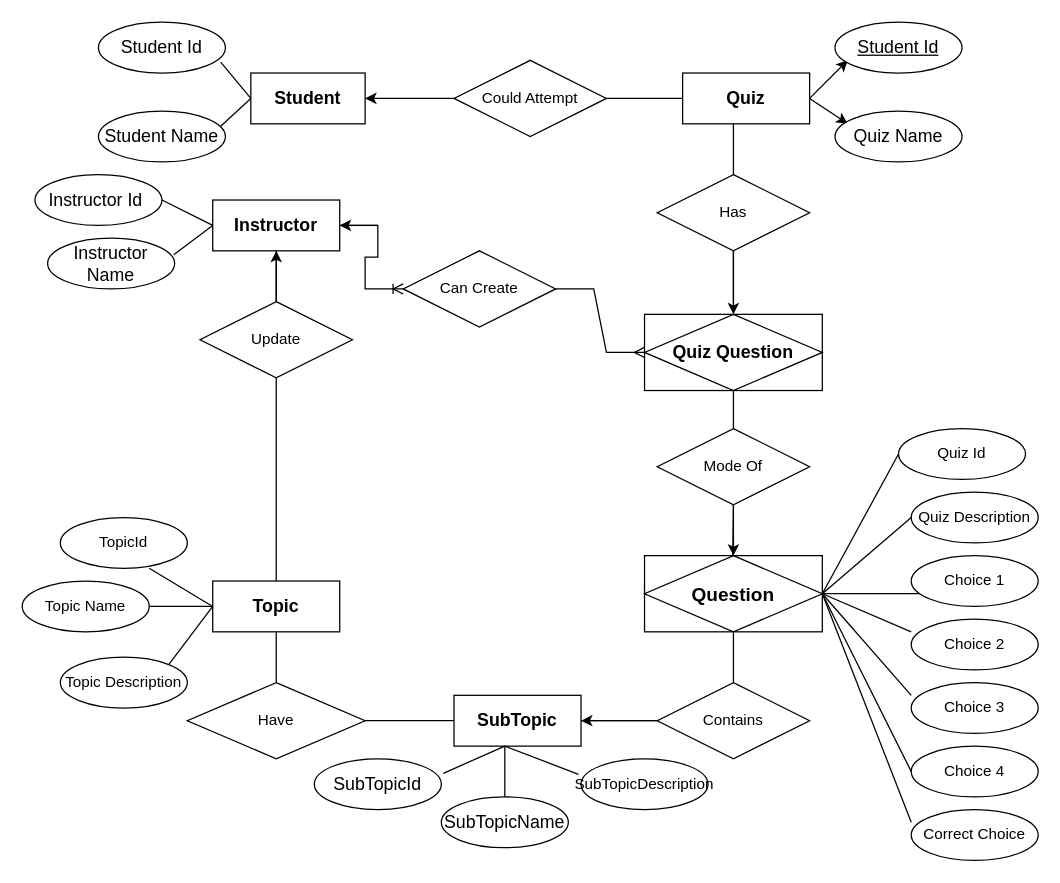
Before: page "Page-1" (1 of 2) of Er diagram of pms.drawio in SamruddhiV43/CCE, a draw.io diagram. Source tidied: cells renumbered, new cells numbered last; positions are measured from the earlier drawing's top-left corner, leaving out a move shared by most shapes. Both pictures are drawn from the tidied source at 127%, with x=0, y=0 at pixel (22, 22).
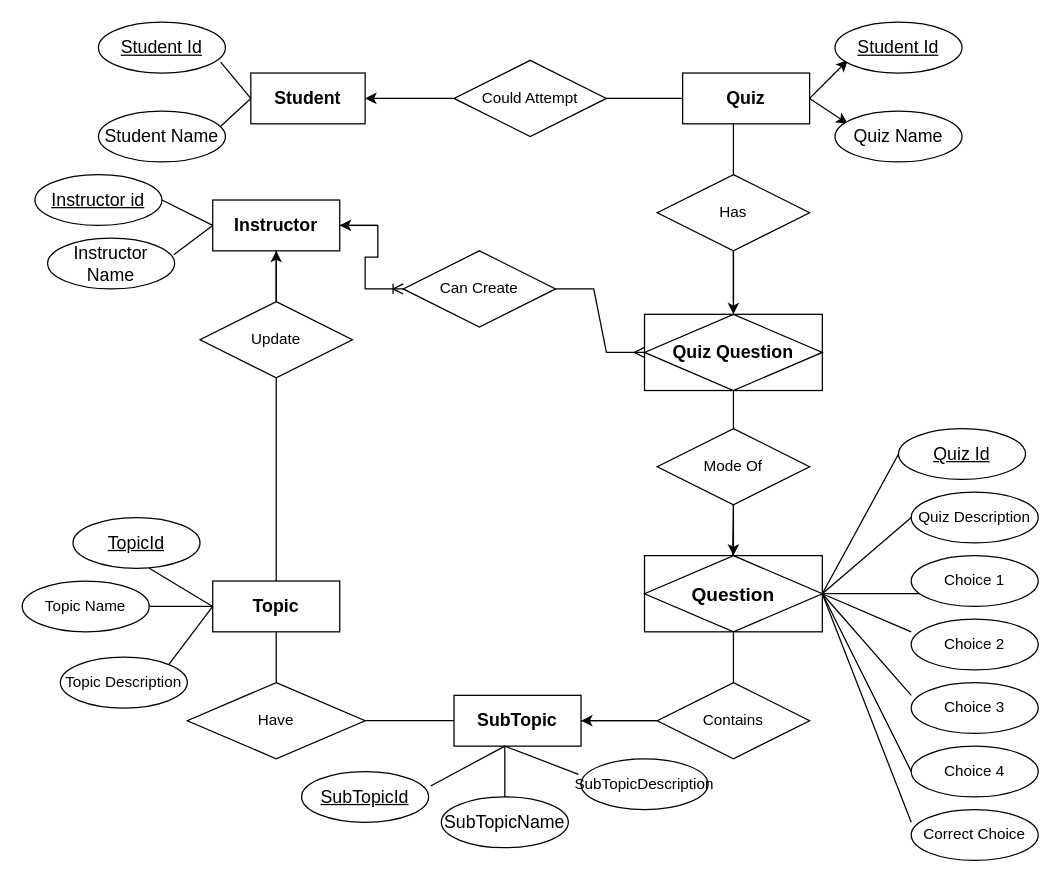
The same diagram, later.

What changed in the source:
```diff
@@
-    <mxCell id="10" value="&lt;font style=&quot;font-size: 14px;&quot;&gt;Student Id&lt;/font&gt;" style="ellipse;whiteSpace=wrap;html=1;align=center;" parent="1" vertex="1">
-      <mxGeometry x="60" width="100" height="40" as="geometry" />
-    </mxCell>
@@
-    <mxCell id="25" value="&lt;font style=&quot;font-size: 14px;&quot;&gt;Instructor Id&amp;nbsp;&lt;/font&gt;" style="ellipse;whiteSpace=wrap;html=1;align=center;" parent="1" vertex="1">
-      <mxGeometry x="10" y="120" width="100" height="40" as="geometry" />
-    </mxCell>
@@
-    <mxCell id="42" value="Quiz Id" style="ellipse;whiteSpace=wrap;html=1;align=center;" parent="1" vertex="1">
+    <mxCell id="42" value="&lt;u&gt;&lt;font style=&quot;font-size: 14px;&quot;&gt;Quiz Id&lt;/font&gt;&lt;/u&gt;" style="ellipse;whiteSpace=wrap;html=1;align=center;" parent="1" vertex="1">
       <mxGeometry x="690" y="320" width="100" height="40" as="geometry" />
     </mxCell>
@@
-    <mxCell id="50" value="&lt;font style=&quot;font-size: 14px;&quot;&gt;SubTopicId&lt;/font&gt;" style="ellipse;whiteSpace=wrap;html=1;align=center;" parent="1" vertex="1">
-      <mxGeometry x="230" y="580" width="100" height="40" as="geometry" />
+    <mxCell id="50" value="&lt;font style=&quot;font-size: 14px;&quot;&gt;&lt;u&gt;SubTopicId&lt;/u&gt;&lt;/font&gt;" style="ellipse;whiteSpace=wrap;html=1;align=center;" parent="1" vertex="1">
+      <mxGeometry x="220" y="590" width="100" height="40" as="geometry" />
     </mxCell>
@@
-    <mxCell id="60" value="TopicId" style="ellipse;whiteSpace=wrap;html=1;align=center;" parent="1" vertex="1">
-      <mxGeometry x="30" y="390" width="100" height="40" as="geometry" />
-    </mxCell>
@@
-    <mxCell id="68" style="endArrow=none;html=1;rounded=0;entryX=0.963;entryY=0.786;entryDx=0;entryDy=0;entryPerimeter=0;" parent="1" edge="1" target="10">
+    <mxCell id="68" style="endArrow=none;html=1;rounded=0;entryX=0.963;entryY=0.786;entryDx=0;entryDy=0;entryPerimeter=0;" parent="1" edge="1">
       <mxGeometry relative="1" as="geometry">
         <mxPoint x="180" y="60" as="sourcePoint" />
+        <mxPoint x="156.3" y="31.4" as="targetPoint" />
       </mxGeometry>
     </mxCell>
@@
-    <mxCell id="71" style="endArrow=none;html=1;rounded=0;entryX=1;entryY=0.5;entryDx=0;entryDy=0;" parent="1" edge="1" target="25">
+    <mxCell id="71" style="endArrow=none;html=1;rounded=0;entryX=1;entryY=0.5;entryDx=0;entryDy=0;" parent="1" edge="1">
       <mxGeometry relative="1" as="geometry">
         <mxPoint x="150" y="160" as="sourcePoint" />
+        <mxPoint x="110" y="140" as="targetPoint" />
       </mxGeometry>
     </mxCell>
@@
+    <mxCell id="10" value="&lt;font style=&quot;font-size: 14px;&quot;&gt;Student Id&lt;/font&gt;" style="ellipse;whiteSpace=wrap;html=1;align=center;fontStyle=4;" parent="1" vertex="1">
+      <mxGeometry x="60" width="100" height="40" as="geometry" />
+    </mxCell>
+    <mxCell id="74" value="&lt;font style=&quot;font-size: 14px;&quot;&gt;Instructor id&lt;/font&gt;" style="ellipse;whiteSpace=wrap;html=1;align=center;fontStyle=4;" parent="1" vertex="1">
+      <mxGeometry x="10" y="120" width="100" height="40" as="geometry" />
+    </mxCell>
+    <mxCell id="60" value="&lt;font style=&quot;font-size: 14px;&quot;&gt;TopicId&lt;/font&gt;" style="ellipse;whiteSpace=wrap;html=1;align=center;fontStyle=4;" parent="1" vertex="1">
+      <mxGeometry x="40" y="390" width="100" height="40" as="geometry" />
+    </mxCell>
```
